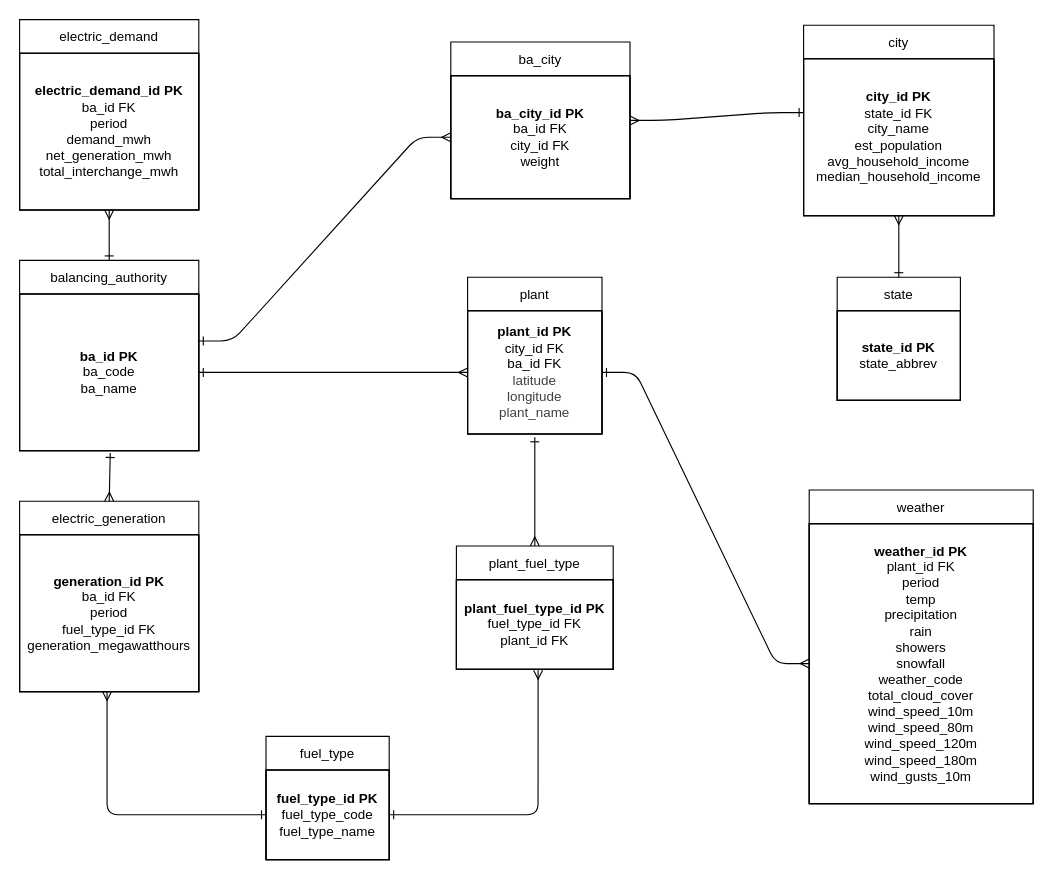
This is electricity_erd.drawio from JackRWilson/U.S.-Electric-Grid, a draw.io file, before an edit. Source tidied: cells renumbered, new cells numbered last; positions are measured from the earlier drawing's top-left corner, leaving out a move shared by most shapes. Both pictures are drawn from the tidied source at 112%, with x=0, y=0 at pixel (19, 19).
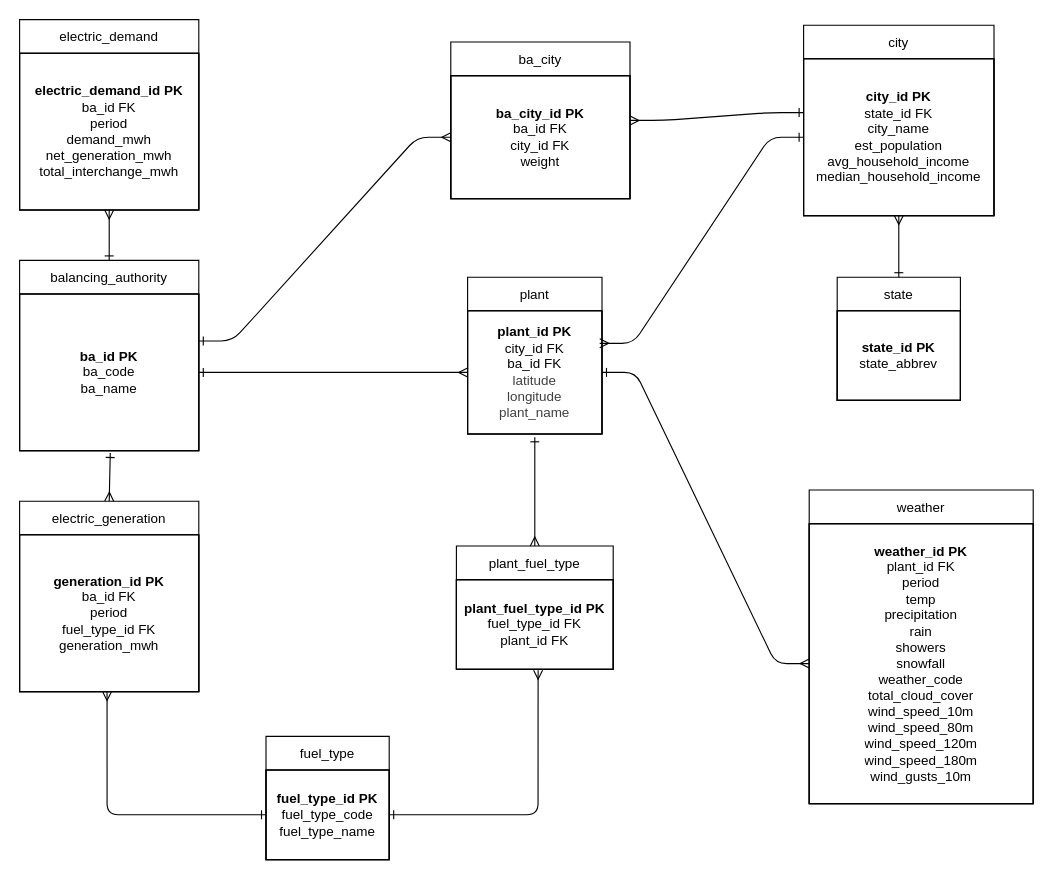
After the change.

Unchanged cells that the change refers to:
```xml
<mxCell id="3" style="shape=tableRow;horizontal=0;startSize=0;swimlaneHead=0;swimlaneBody=0;strokeColor=inherit;fillColor=none;points=[[0,0.5],[1,0.5]];portConstraint=eastwest;fixedHeader=1;" parent="2" vertex="1">
  <mxGeometry y="30" width="170" height="140" as="geometry" />
</mxCell>
<mxCell id="9" style="shape=tableRow;horizontal=0;startSize=0;swimlaneHead=0;swimlaneBody=0;strokeColor=inherit;fillColor=none;points=[[0,0.5],[1,0.5]];portConstraint=eastwest;fixedHeader=1;" parent="8" vertex="1">
  <mxGeometry y="30" width="120" height="110" as="geometry" />
</mxCell>
<mxCell id="18" style="shape=tableRow;horizontal=0;startSize=0;swimlaneHead=0;swimlaneBody=0;strokeColor=inherit;fillColor=none;points=[[0,0.5],[1,0.5]];portConstraint=eastwest;fixedHeader=1;" parent="17" vertex="1">
  <mxGeometry y="30" width="160" height="140" as="geometry" />
</mxCell>
```

Diff of the diagram source:
```diff
@@
-    <mxCell id="19" value="&lt;div&gt;&lt;b&gt;generation_id PK&lt;/b&gt;&lt;/div&gt;&lt;div&gt;ba_id FK&lt;/div&gt;&lt;div&gt;period&lt;/div&gt;&lt;div&gt;fuel_type_id FK&lt;/div&gt;&lt;div&gt;generation_megawatthours&lt;/div&gt;" style="shape=partialRectangle;html=1;whiteSpace=wrap;strokeColor=inherit;overflow=hidden;fillColor=none;" parent="18" vertex="1">
+    <mxCell id="19" value="&lt;div&gt;&lt;b&gt;generation_id PK&lt;/b&gt;&lt;/div&gt;&lt;div&gt;ba_id FK&lt;/div&gt;&lt;div&gt;period&lt;/div&gt;&lt;div&gt;fuel_type_id FK&lt;/div&gt;&lt;div&gt;generation_mwh&lt;/div&gt;" style="shape=partialRectangle;html=1;whiteSpace=wrap;strokeColor=inherit;overflow=hidden;fillColor=none;" parent="18" vertex="1">
       <mxGeometry width="160" height="140" as="geometry" />
     </mxCell>
@@
+    <mxCell id="42" style="edgeStyle=entityRelationEdgeStyle;html=1;entryX=0.983;entryY=0.264;entryDx=0;entryDy=0;entryPerimeter=0;endArrow=ERmany;endFill=0;startArrow=ERone;startFill=0;" parent="1" edge="1" source="3" target="9">
+      <mxGeometry relative="1" as="geometry" />
+    </mxCell>
```
